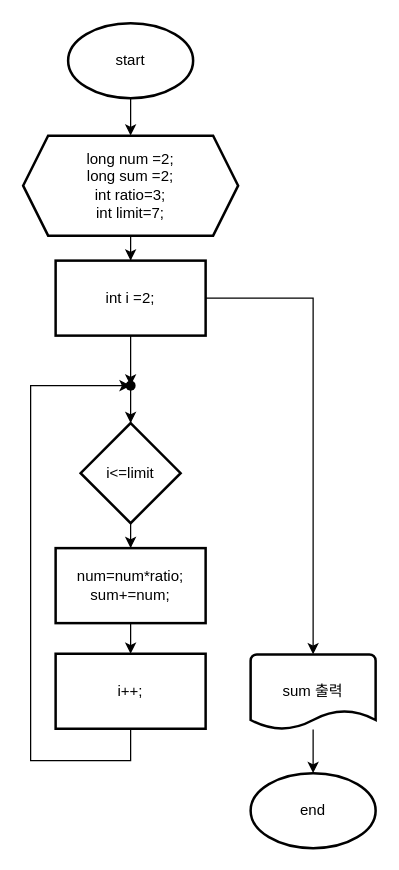
Earlier version of the draw.io diagram page "문제5_매운" (13 of 14) of 03_java/20260227_yeodohyun/02_work/문제순서도.drawio (dhy257/acon_academy_yeodohyun). Source tidied: cells renumbered, new cells numbered last; positions are measured from the earlier drawing's top-left corner, leaving out a move shared by most shapes. Both pictures are drawn from the tidied source at 125%, with x=0, y=0 at pixel (22, 22).
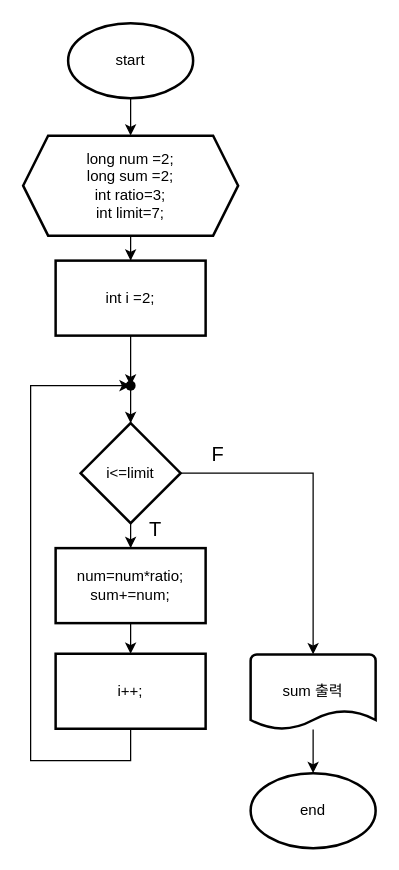
The same diagram, later.

Unchanged cells that the change refers to:
```xml
<mxCell id="8" value="int i =2;" style="whiteSpace=wrap;html=1;strokeWidth=2;" parent="1" vertex="1">
  <mxGeometry x="26" y="190" width="120" height="60" as="geometry" />
</mxCell>
<mxCell id="12" value="i&amp;lt;=limit" style="rhombus;whiteSpace=wrap;html=1;sketch=0;strokeWidth=2;" parent="1" vertex="1">
  <mxGeometry x="46" y="320" width="80" height="80" as="geometry" />
</mxCell>
<mxCell id="18" value="sum 출력" style="strokeWidth=2;html=1;shape=mxgraph.flowchart.document2;whiteSpace=wrap;size=0.25;" parent="1" vertex="1">
  <mxGeometry x="182" y="505" width="100" height="60" as="geometry" />
</mxCell>
```

Change to the diagram source:
```diff
@@
-    <mxCell id="7" style="edgeStyle=orthogonalEdgeStyle;rounded=0;jettySize=auto;html=1;exitX=1;exitY=0.5;exitDx=0;exitDy=0;" parent="1" edge="1" source="8" target="18">
+    <mxCell id="7" style="edgeStyle=orthogonalEdgeStyle;rounded=0;jettySize=auto;html=1;exitX=1;exitY=0.5;exitDx=0;exitDy=0;" parent="1" edge="1" source="12" target="18">
       <mxGeometry relative="1" as="geometry" />
     </mxCell>
@@
+    <mxCell id="20" value="T" style="text;html=1;whiteSpace=wrap;strokeColor=none;fillColor=none;align=center;verticalAlign=middle;rounded=0;fontSize=16;" parent="1" vertex="1">
+      <mxGeometry x="76" y="390" width="60" height="30" as="geometry" />
+    </mxCell>
+    <mxCell id="21" value="F" style="text;html=1;whiteSpace=wrap;strokeColor=none;fillColor=none;align=center;verticalAlign=middle;rounded=0;fontSize=16;" parent="1" vertex="1">
+      <mxGeometry x="126" y="330" width="60" height="30" as="geometry" />
+    </mxCell>
```
